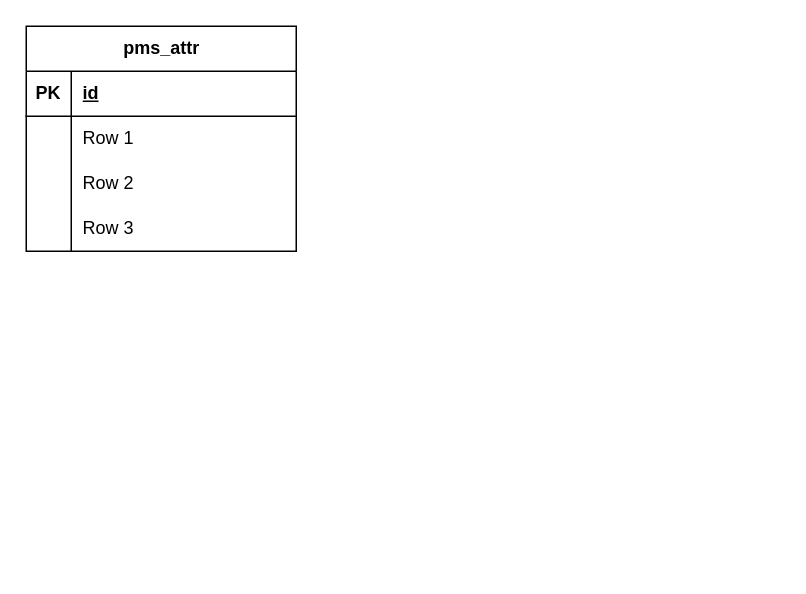
Above: 商品管理.drawio in gaollard/diagrams (draw.io), before the change. Source tidied: cells renumbered, new cells numbered last; positions are measured from the earlier drawing's top-left corner, leaving out a move shared by most shapes. Both pictures are drawn from the tidied source at 150%, with x=0, y=0 at pixel (26, 26).
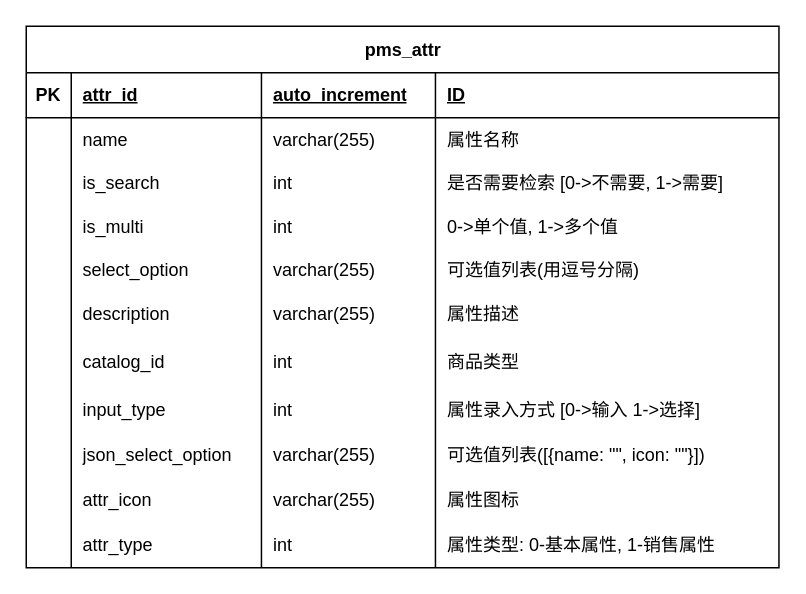
After the change.

Commit message (it also covers changes not shown here):
更新商品管理.drawio

The edit, as a diff of the source:
```diff
@@
-    <mxCell id="2" value="pms_attr" style="shape=table;startSize=30;childLayout=tableLayout;rowLines=0;fontStyle=1;align=center;html=1;" parent="1" vertex="1">
-      <mxGeometry width="180" height="150" as="geometry" />
+    <mxCell id="2" value="pms_attr" style="shape=table;startSize=31;childLayout=tableLayout;rowLines=0;fontStyle=1;align=center;html=1;" parent="1" vertex="1">
+      <mxGeometry width="501.8" height="361" as="geometry" />
     </mxCell>
     <mxCell id="3" style="shape=tableRow;horizontal=0;startSize=0;swimlaneHead=0;swimlaneBody=0;fillColor=none;top=0;left=0;right=0;bottom=1;" parent="2" vertex="1">
-      <mxGeometry y="30" width="180" height="30" as="geometry" />
+      <mxGeometry y="31" width="501.8" height="30" as="geometry" />
     </mxCell>
@@
-    <mxCell id="5" value="id" style="shape=partialRectangle;fillColor=none;top=0;left=0;bottom=0;right=0;align=left;spacingLeft=6;fontStyle=5;overflow=hidden;whiteSpace=wrap;html=1;" parent="3" vertex="1">
-      <mxGeometry x="30" width="150" height="30" as="geometry" />
+    <mxCell id="5" value="attr_id" style="shape=partialRectangle;fillColor=none;top=0;left=0;bottom=0;right=0;align=left;spacingLeft=6;fontStyle=5;overflow=hidden;whiteSpace=wrap;html=1;" parent="3" vertex="1">
+      <mxGeometry x="30" width="126.8" height="30" as="geometry" />
     </mxCell>
+    <mxCell id="15" value="auto_increment" style="shape=partialRectangle;fillColor=none;top=0;left=0;bottom=0;right=0;align=left;spacingLeft=6;fontStyle=5;overflow=hidden;whiteSpace=wrap;html=1;" parent="3" vertex="1">
+      <mxGeometry x="156.8" width="116" height="30" as="geometry" />
+    </mxCell>
+    <mxCell id="16" value="ID" style="shape=partialRectangle;fillColor=none;top=0;left=0;bottom=0;right=0;align=left;spacingLeft=6;fontStyle=5;overflow=hidden;whiteSpace=wrap;html=1;" parent="3" vertex="1">
+      <mxGeometry x="272.8" width="229" height="30" as="geometry" />
+    </mxCell>
     <mxCell id="6" style="shape=tableRow;horizontal=0;startSize=0;swimlaneHead=0;swimlaneBody=0;fillColor=none;top=0;left=0;right=0;bottom=0;" parent="2" vertex="1">
-      <mxGeometry y="60" width="180" height="30" as="geometry" />
+      <mxGeometry y="61" width="501.8" height="30" as="geometry" />
     </mxCell>
@@
-    <mxCell id="8" value="Row 1" style="shape=partialRectangle;fillColor=none;top=0;left=0;bottom=0;right=0;align=left;spacingLeft=6;overflow=hidden;whiteSpace=wrap;html=1;" parent="6" vertex="1">
-      <mxGeometry x="30" width="150" height="30" as="geometry" />
+    <mxCell id="8" value="name" style="shape=partialRectangle;fillColor=none;top=0;left=0;bottom=0;right=0;align=left;spacingLeft=6;overflow=hidden;whiteSpace=wrap;html=1;" parent="6" vertex="1">
+      <mxGeometry x="30" width="126.8" height="30" as="geometry" />
     </mxCell>
+    <mxCell id="17" value="varchar(255)" style="shape=partialRectangle;fillColor=none;top=0;left=0;bottom=0;right=0;align=left;spacingLeft=6;overflow=hidden;whiteSpace=wrap;html=1;" parent="6" vertex="1">
+      <mxGeometry x="156.8" width="116" height="30" as="geometry" />
+    </mxCell>
+    <mxCell id="18" value="属性名称" style="shape=partialRectangle;fillColor=none;top=0;left=0;bottom=0;right=0;align=left;spacingLeft=6;overflow=hidden;whiteSpace=wrap;html=1;" parent="6" vertex="1">
+      <mxGeometry x="272.8" width="229" height="30" as="geometry" />
+    </mxCell>
     <mxCell id="9" style="shape=tableRow;horizontal=0;startSize=0;swimlaneHead=0;swimlaneBody=0;fillColor=none;top=0;left=0;right=0;bottom=0;" parent="2" vertex="1">
-      <mxGeometry y="90" width="180" height="30" as="geometry" />
+      <mxGeometry y="91" width="501.8" height="28" as="geometry" />
     </mxCell>
     <mxCell id="10" style="shape=partialRectangle;fillColor=none;top=0;left=0;bottom=0;right=0;overflow=hidden;whiteSpace=wrap;html=1;" parent="9" vertex="1">
-      <mxGeometry width="30" height="30" as="geometry" />
+      <mxGeometry width="30" height="28" as="geometry" />
     </mxCell>
-    <mxCell id="11" value="Row 2" style="shape=partialRectangle;fillColor=none;top=0;left=0;bottom=0;right=0;align=left;spacingLeft=6;overflow=hidden;whiteSpace=wrap;html=1;" parent="9" vertex="1">
-      <mxGeometry x="30" width="150" height="30" as="geometry" />
+    <mxCell id="11" value="is_search" style="shape=partialRectangle;fillColor=none;top=0;left=0;bottom=0;right=0;align=left;spacingLeft=6;overflow=hidden;whiteSpace=wrap;html=1;" parent="9" vertex="1">
+      <mxGeometry x="30" width="126.8" height="28" as="geometry" />
     </mxCell>
+    <mxCell id="19" value="int" style="shape=partialRectangle;fillColor=none;top=0;left=0;bottom=0;right=0;align=left;spacingLeft=6;overflow=hidden;whiteSpace=wrap;html=1;" parent="9" vertex="1">
+      <mxGeometry x="156.8" width="116" height="28" as="geometry" />
+    </mxCell>
+    <mxCell id="20" value="是否需要检索 [0-&amp;gt;不需要, 1-&amp;gt;需要]" style="shape=partialRectangle;fillColor=none;top=0;left=0;bottom=0;right=0;align=left;spacingLeft=6;overflow=hidden;whiteSpace=wrap;html=1;" parent="9" vertex="1">
+      <mxGeometry x="272.8" width="229" height="28" as="geometry" />
+    </mxCell>
     <mxCell id="12" style="shape=tableRow;horizontal=0;startSize=0;swimlaneHead=0;swimlaneBody=0;fillColor=none;top=0;left=0;right=0;bottom=0;" parent="2" vertex="1">
-      <mxGeometry y="120" width="180" height="30" as="geometry" />
+      <mxGeometry y="119" width="501.8" height="30" as="geometry" />
     </mxCell>
@@
-    <mxCell id="14" value="Row 3" style="shape=partialRectangle;fillColor=none;top=0;left=0;bottom=0;right=0;align=left;spacingLeft=6;overflow=hidden;whiteSpace=wrap;html=1;" parent="12" vertex="1">
-      <mxGeometry x="30" width="150" height="30" as="geometry" />
+    <mxCell id="14" value="is_multi" style="shape=partialRectangle;fillColor=none;top=0;left=0;bottom=0;right=0;align=left;spacingLeft=6;overflow=hidden;whiteSpace=wrap;html=1;" parent="12" vertex="1">
+      <mxGeometry x="30" width="126.8" height="30" as="geometry" />
     </mxCell>
+    <mxCell id="21" value="int" style="shape=partialRectangle;fillColor=none;top=0;left=0;bottom=0;right=0;align=left;spacingLeft=6;overflow=hidden;whiteSpace=wrap;html=1;" parent="12" vertex="1">
+      <mxGeometry x="156.8" width="116" height="30" as="geometry" />
+    </mxCell>
+    <mxCell id="22" value="0-&amp;gt;单个值, 1-&amp;gt;多个值" style="shape=partialRectangle;fillColor=none;top=0;left=0;bottom=0;right=0;align=left;spacingLeft=6;overflow=hidden;whiteSpace=wrap;html=1;" parent="12" vertex="1">
+      <mxGeometry x="272.8" width="229" height="30" as="geometry" />
+    </mxCell>
+    <mxCell id="23" style="shape=tableRow;horizontal=0;startSize=0;swimlaneHead=0;swimlaneBody=0;fillColor=none;top=0;left=0;right=0;bottom=0;" parent="2" vertex="1">
+      <mxGeometry y="149" width="501.8" height="28" as="geometry" />
+    </mxCell>
+    <mxCell id="24" style="shape=partialRectangle;fillColor=none;top=0;left=0;bottom=0;right=0;overflow=hidden;whiteSpace=wrap;html=1;" parent="23" vertex="1">
+      <mxGeometry width="30" height="28" as="geometry" />
+    </mxCell>
+    <mxCell id="25" value="select_option" style="shape=partialRectangle;fillColor=none;top=0;left=0;bottom=0;right=0;align=left;spacingLeft=6;overflow=hidden;whiteSpace=wrap;html=1;" parent="23" vertex="1">
+      <mxGeometry x="30" width="126.8" height="28" as="geometry" />
+    </mxCell>
+    <mxCell id="26" value="varchar(255)" style="shape=partialRectangle;fillColor=none;top=0;left=0;bottom=0;right=0;align=left;spacingLeft=6;overflow=hidden;whiteSpace=wrap;html=1;" parent="23" vertex="1">
+      <mxGeometry x="156.8" width="116" height="28" as="geometry" />
+    </mxCell>
+    <mxCell id="27" value="可选值列表(用逗号分隔)" style="shape=partialRectangle;fillColor=none;top=0;left=0;bottom=0;right=0;align=left;spacingLeft=6;overflow=hidden;whiteSpace=wrap;html=1;" parent="23" vertex="1">
+      <mxGeometry x="272.8" width="229" height="28" as="geometry" />
+    </mxCell>
+    <mxCell id="28" style="shape=tableRow;horizontal=0;startSize=0;swimlaneHead=0;swimlaneBody=0;fillColor=none;top=0;left=0;right=0;bottom=0;" parent="2" vertex="1">
+      <mxGeometry y="177" width="501.8" height="30" as="geometry" />
+    </mxCell>
+    <mxCell id="29" style="shape=partialRectangle;fillColor=none;top=0;left=0;bottom=0;right=0;overflow=hidden;whiteSpace=wrap;html=1;" parent="28" vertex="1">
+      <mxGeometry width="30" height="30" as="geometry" />
+    </mxCell>
+    <mxCell id="30" value="description" style="shape=partialRectangle;fillColor=none;top=0;left=0;bottom=0;right=0;align=left;spacingLeft=6;overflow=hidden;whiteSpace=wrap;html=1;" parent="28" vertex="1">
+      <mxGeometry x="30" width="126.8" height="30" as="geometry" />
+    </mxCell>
+    <mxCell id="31" value="varchar(255)" style="shape=partialRectangle;fillColor=none;top=0;left=0;bottom=0;right=0;align=left;spacingLeft=6;overflow=hidden;whiteSpace=wrap;html=1;" parent="28" vertex="1">
+      <mxGeometry x="156.8" width="116" height="30" as="geometry" />
+    </mxCell>
+    <mxCell id="32" value="属性描述" style="shape=partialRectangle;fillColor=none;top=0;left=0;bottom=0;right=0;align=left;spacingLeft=6;overflow=hidden;whiteSpace=wrap;html=1;" parent="28" vertex="1">
+      <mxGeometry x="272.8" width="229" height="30" as="geometry" />
+    </mxCell>
+    <mxCell id="33" style="shape=tableRow;horizontal=0;startSize=0;swimlaneHead=0;swimlaneBody=0;fillColor=none;top=0;left=0;right=0;bottom=0;" parent="2" vertex="1">
+      <mxGeometry y="207" width="501.8" height="34" as="geometry" />
+    </mxCell>
+    <mxCell id="34" style="shape=partialRectangle;fillColor=none;top=0;left=0;bottom=0;right=0;overflow=hidden;whiteSpace=wrap;html=1;" parent="33" vertex="1">
+      <mxGeometry width="30" height="34" as="geometry" />
+    </mxCell>
+    <mxCell id="35" value="catalog_id" style="shape=partialRectangle;fillColor=none;top=0;left=0;bottom=0;right=0;align=left;spacingLeft=6;overflow=hidden;whiteSpace=wrap;html=1;" parent="33" vertex="1">
+      <mxGeometry x="30" width="126.8" height="34" as="geometry" />
+    </mxCell>
+    <mxCell id="36" value="int" style="shape=partialRectangle;fillColor=none;top=0;left=0;bottom=0;right=0;align=left;spacingLeft=6;overflow=hidden;whiteSpace=wrap;html=1;" parent="33" vertex="1">
+      <mxGeometry x="156.8" width="116" height="34" as="geometry" />
+    </mxCell>
+    <mxCell id="37" value="商品类型" style="shape=partialRectangle;fillColor=none;top=0;left=0;bottom=0;right=0;align=left;spacingLeft=6;overflow=hidden;whiteSpace=wrap;html=1;" parent="33" vertex="1">
+      <mxGeometry x="272.8" width="229" height="34" as="geometry" />
+    </mxCell>
+    <mxCell id="38" style="shape=tableRow;horizontal=0;startSize=0;swimlaneHead=0;swimlaneBody=0;fillColor=none;top=0;left=0;right=0;bottom=0;" parent="2" vertex="1">
+      <mxGeometry y="241" width="501.8" height="30" as="geometry" />
+    </mxCell>
+    <mxCell id="39" style="shape=partialRectangle;fillColor=none;top=0;left=0;bottom=0;right=0;overflow=hidden;whiteSpace=wrap;html=1;" parent="38" vertex="1">
+      <mxGeometry width="30" height="30" as="geometry" />
+    </mxCell>
+    <mxCell id="40" value="input_type" style="shape=partialRectangle;fillColor=none;top=0;left=0;bottom=0;right=0;align=left;spacingLeft=6;overflow=hidden;whiteSpace=wrap;html=1;" parent="38" vertex="1">
+      <mxGeometry x="30" width="126.8" height="30" as="geometry" />
+    </mxCell>
+    <mxCell id="41" value="int" style="shape=partialRectangle;fillColor=none;top=0;left=0;bottom=0;right=0;align=left;spacingLeft=6;overflow=hidden;whiteSpace=wrap;html=1;" parent="38" vertex="1">
+      <mxGeometry x="156.8" width="116" height="30" as="geometry" />
+    </mxCell>
+    <mxCell id="42" value="属性录入方式 [0-&amp;gt;输入 1-&amp;gt;选择]" style="shape=partialRectangle;fillColor=none;top=0;left=0;bottom=0;right=0;align=left;spacingLeft=6;overflow=hidden;whiteSpace=wrap;html=1;" parent="38" vertex="1">
+      <mxGeometry x="272.8" width="229" height="30" as="geometry" />
+    </mxCell>
+    <mxCell id="43" style="shape=tableRow;horizontal=0;startSize=0;swimlaneHead=0;swimlaneBody=0;fillColor=none;top=0;left=0;right=0;bottom=0;" parent="2" vertex="1">
+      <mxGeometry y="271" width="501.8" height="30" as="geometry" />
+    </mxCell>
+    <mxCell id="44" style="shape=partialRectangle;fillColor=none;top=0;left=0;bottom=0;right=0;overflow=hidden;whiteSpace=wrap;html=1;" parent="43" vertex="1">
+      <mxGeometry width="30" height="30" as="geometry" />
+    </mxCell>
+    <mxCell id="45" value="json_select_option" style="shape=partialRectangle;fillColor=none;top=0;left=0;bottom=0;right=0;align=left;spacingLeft=6;overflow=hidden;whiteSpace=wrap;html=1;" parent="43" vertex="1">
+      <mxGeometry x="30" width="126.8" height="30" as="geometry" />
+    </mxCell>
+    <mxCell id="46" value="varchar(255)" style="shape=partialRectangle;fillColor=none;top=0;left=0;bottom=0;right=0;align=left;spacingLeft=6;overflow=hidden;whiteSpace=wrap;html=1;" parent="43" vertex="1">
+      <mxGeometry x="156.8" width="116" height="30" as="geometry" />
+    </mxCell>
+    <mxCell id="47" value="可选值列表([{name: &quot;&quot;, icon: &quot;&quot;}])" style="shape=partialRectangle;fillColor=none;top=0;left=0;bottom=0;right=0;align=left;spacingLeft=6;overflow=hidden;whiteSpace=wrap;html=1;" parent="43" vertex="1">
+      <mxGeometry x="272.8" width="229" height="30" as="geometry" />
+    </mxCell>
+    <mxCell id="48" style="shape=tableRow;horizontal=0;startSize=0;swimlaneHead=0;swimlaneBody=0;fillColor=none;top=0;left=0;right=0;bottom=0;" parent="2" vertex="1">
+      <mxGeometry y="301" width="501.8" height="30" as="geometry" />
+    </mxCell>
+    <mxCell id="49" style="shape=partialRectangle;fillColor=none;top=0;left=0;bottom=0;right=0;overflow=hidden;whiteSpace=wrap;html=1;" parent="48" vertex="1">
+      <mxGeometry width="30" height="30" as="geometry" />
+    </mxCell>
+    <mxCell id="50" value="attr_icon" style="shape=partialRectangle;fillColor=none;top=0;left=0;bottom=0;right=0;align=left;spacingLeft=6;overflow=hidden;whiteSpace=wrap;html=1;" parent="48" vertex="1">
+      <mxGeometry x="30" width="126.8" height="30" as="geometry" />
+    </mxCell>
+    <mxCell id="51" value="varchar(255)" style="shape=partialRectangle;fillColor=none;top=0;left=0;bottom=0;right=0;align=left;spacingLeft=6;overflow=hidden;whiteSpace=wrap;html=1;" parent="48" vertex="1">
+      <mxGeometry x="156.8" width="116" height="30" as="geometry" />
+    </mxCell>
+    <mxCell id="52" value="属性图标" style="shape=partialRectangle;fillColor=none;top=0;left=0;bottom=0;right=0;align=left;spacingLeft=6;overflow=hidden;whiteSpace=wrap;html=1;" parent="48" vertex="1">
+      <mxGeometry x="272.8" width="229" height="30" as="geometry" />
+    </mxCell>
+    <mxCell id="53" style="shape=tableRow;horizontal=0;startSize=0;swimlaneHead=0;swimlaneBody=0;fillColor=none;top=0;left=0;right=0;bottom=0;" parent="2" vertex="1">
+      <mxGeometry y="331" width="501.8" height="30" as="geometry" />
+    </mxCell>
+    <mxCell id="54" style="shape=partialRectangle;fillColor=none;top=0;left=0;bottom=0;right=0;overflow=hidden;whiteSpace=wrap;html=1;" parent="53" vertex="1">
+      <mxGeometry width="30" height="30" as="geometry" />
+    </mxCell>
+    <mxCell id="55" value="attr_type" style="shape=partialRectangle;fillColor=none;top=0;left=0;bottom=0;right=0;align=left;spacingLeft=6;overflow=hidden;whiteSpace=wrap;html=1;" parent="53" vertex="1">
+      <mxGeometry x="30" width="126.8" height="30" as="geometry" />
+    </mxCell>
+    <mxCell id="56" value="int" style="shape=partialRectangle;fillColor=none;top=0;left=0;bottom=0;right=0;align=left;spacingLeft=6;overflow=hidden;whiteSpace=wrap;html=1;" parent="53" vertex="1">
+      <mxGeometry x="156.8" width="116" height="30" as="geometry" />
+    </mxCell>
+    <mxCell id="57" value="属性类型: 0-基本属性, 1-销售属性" style="shape=partialRectangle;fillColor=none;top=0;left=0;bottom=0;right=0;align=left;spacingLeft=6;overflow=hidden;whiteSpace=wrap;html=1;" parent="53" vertex="1">
+      <mxGeometry x="272.8" width="229" height="30" as="geometry" />
+    </mxCell>
```
